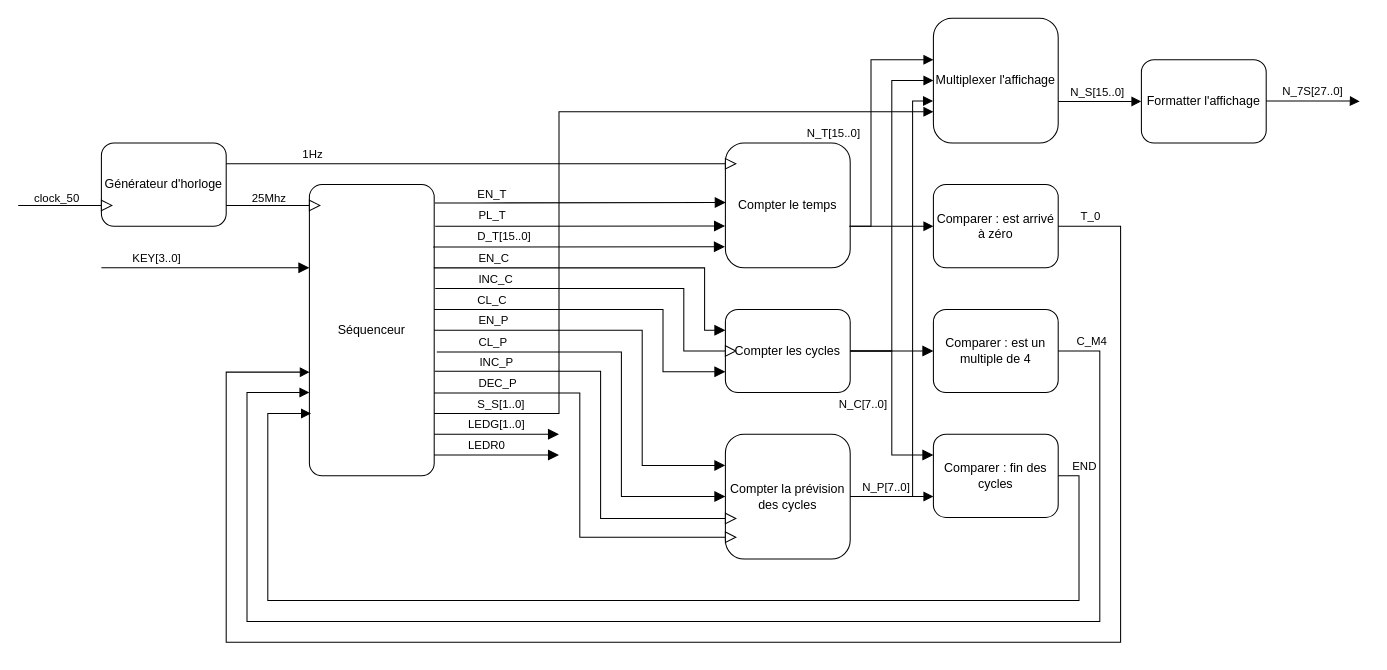
The draw.io diagram Diagramme sans nom.drawio in Yohannans/pythonCours, before the edit. Source tidied: cells renumbered, new cells numbered last; positions are measured from the earlier drawing's top-left corner, leaving out a move shared by most shapes. Both pictures are drawn from the tidied source at 104%, with x=0, y=0 at pixel (18, 18).
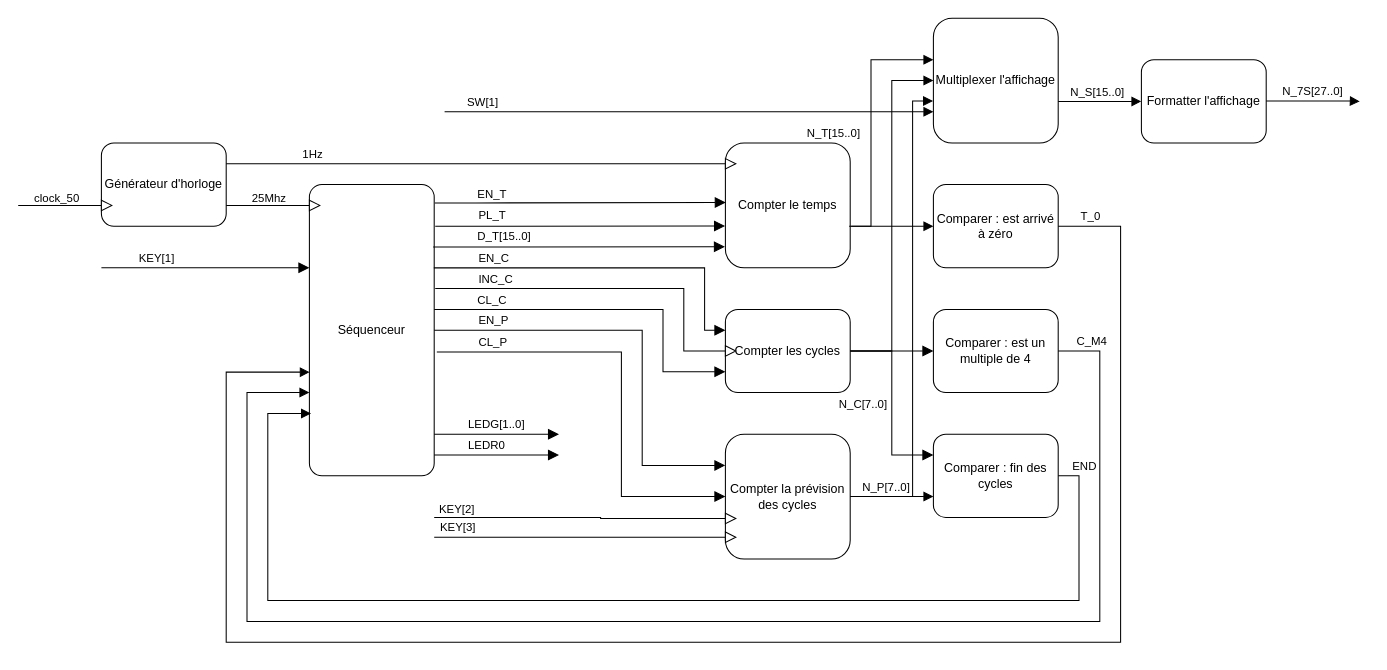
Above is the later version.

Commit message:
Mettre à jour Diagramme sans nom.drawio

The change refers to these unchanged cells:
```xml
<mxCell id="5" value="&lt;font face=&quot;Lora&quot;&gt;Séquenceur&lt;/font&gt;" style="rounded=1;whiteSpace=wrap;html=1;glass=0;arcSize=10;snapToPoint=1;fixDash=0;" parent="1" vertex="1">
  <mxGeometry x="280" y="160" width="120" height="280" as="geometry" />
</mxCell>
<mxCell id="8" style="edgeStyle=elbowEdgeStyle;elbow=horizontal;endArrow=block;html=1;curved=0;rounded=0;endSize=8;startSize=8;endFill=1;" parent="1" edge="1">
  <mxGeometry relative="1" as="geometry">
    <mxPoint x="80" y="240" as="sourcePoint" />
    <mxPoint x="280" y="240" as="targetPoint" />
    <Array as="points">
      <mxPoint x="220" y="240" />
    </Array>
  </mxGeometry>
</mxCell>
<mxCell id="45" style="triangle;whiteSpace=wrap;html=1;rotation=0;" parent="1" vertex="1">
  <mxGeometry x="680" y="476" width="10" height="10" as="geometry" />
</mxCell>
<mxCell id="48" style="triangle;whiteSpace=wrap;html=1;rotation=0;" parent="1" vertex="1">
  <mxGeometry x="680" y="494" width="10" height="10" as="geometry" />
</mxCell>
<mxCell id="61" value="&lt;font face=&quot;Lora&quot;&gt;Multiplexer l'affichage&lt;/font&gt;" style="rounded=1;whiteSpace=wrap;html=1;" parent="1" vertex="1">
  <mxGeometry x="880" width="120" height="120" as="geometry" />
</mxCell>
```

The edit, as a diff of the source:
```diff
@@
-    <mxCell id="4" style="edgeStyle=orthogonalEdgeStyle;rounded=0;jettySize=auto;html=1;exitX=0.994;exitY=0.782;exitDx=0;exitDy=0;entryX=0;entryY=0.75;entryDx=0;entryDy=0;exitPerimeter=0;endArrow=block;endFill=1;endSize=7;" parent="1" edge="1" source="5" target="61">
+    <mxCell id="4" style="edgeStyle=orthogonalEdgeStyle;rounded=0;jettySize=auto;html=1;entryX=0;entryY=0.75;entryDx=0;entryDy=0;endArrow=block;endFill=1;endSize=7;" parent="1" edge="1" target="61">
       <mxGeometry relative="1" as="geometry">
+        <mxPoint x="410" y="90" as="sourcePoint" />
         <Array as="points">
-          <mxPoint x="399" y="380" />
-          <mxPoint x="520" y="380" />
-          <mxPoint x="520" y="90" />
+          <mxPoint x="480" y="90" />
+          <mxPoint x="480" y="90" />
         </Array>
       </mxGeometry>
     </mxCell>
@@
-    <mxCell id="9" value="&lt;div style=&quot;text-align: center;&quot;&gt;&lt;span&gt;&lt;font face=&quot;Lora&quot;&gt;&lt;span style=&quot;text-align: start;&quot;&gt;KEY[3..0]&lt;/span&gt;&lt;/font&gt;&lt;/span&gt;&lt;/div&gt;" style="edgeLabel;html=1;align=center;verticalAlign=middle;labelBackgroundColor=none;" parent="8" vertex="1">
+    <mxCell id="9" value="&lt;div style=&quot;text-align: start;&quot;&gt;&lt;font face=&quot;Lora&quot;&gt;KEY[1]&lt;/font&gt;&lt;/div&gt;" style="edgeLabel;html=1;align=center;verticalAlign=middle;labelBackgroundColor=none;" parent="8" vertex="1">
       <mxGeometry x="-0.47" y="1" relative="1" as="geometry">
         <mxPoint x="-1" y="-9" as="offset" />
       </mxGeometry>
     </mxCell>
@@
-    <mxCell id="43" style="edgeStyle=elbowEdgeStyle;elbow=horizontal;endArrow=none;html=1;curved=0;rounded=0;endSize=8;startSize=8;endFill=0;exitX=1.005;exitY=0.641;exitDx=0;exitDy=0;entryX=0;entryY=0.5;entryDx=0;entryDy=0;exitPerimeter=0;" parent="1" edge="1" source="5" target="45">
+    <mxCell id="43" style="edgeStyle=elbowEdgeStyle;elbow=horizontal;endArrow=none;html=1;curved=0;rounded=0;endSize=8;startSize=8;endFill=0;entryX=0;entryY=0.5;entryDx=0;entryDy=0;" parent="1" edge="1" target="45">
       <mxGeometry relative="1" as="geometry">
+        <mxPoint x="400" y="480" as="sourcePoint" />
         <Array as="points">
           <mxPoint x="560" y="410" />
         </Array>
       </mxGeometry>
     </mxCell>
-    <mxCell id="44" value="&lt;div style=&quot;&quot;&gt;&lt;font face=&quot;Lora&quot;&gt;INC_P&lt;/font&gt;&lt;/div&gt;" style="edgeLabel;html=1;align=left;verticalAlign=middle;labelBackgroundColor=none;" parent="43" vertex="1">
+    <mxCell id="44" value="&lt;div style=&quot;&quot;&gt;&lt;font face=&quot;Lora&quot;&gt;KEY[2]&lt;/font&gt;&lt;/div&gt;" style="edgeLabel;html=1;align=left;verticalAlign=middle;labelBackgroundColor=none;" parent="43" vertex="1">
       <mxGeometry x="-0.47" y="1" relative="1" as="geometry">
         <mxPoint x="-71" y="-8" as="offset" />
       </mxGeometry>
     </mxCell>
@@
-    <mxCell id="46" style="edgeStyle=elbowEdgeStyle;elbow=horizontal;endArrow=none;html=1;curved=0;rounded=0;endSize=8;startSize=8;endFill=0;exitX=1;exitY=0.716;exitDx=0;exitDy=0;entryX=0;entryY=0.5;entryDx=0;entryDy=0;exitPerimeter=0;" parent="1" edge="1" source="5" target="48">
+    <mxCell id="46" style="edgeStyle=elbowEdgeStyle;elbow=horizontal;endArrow=none;html=1;curved=0;rounded=0;endSize=8;startSize=8;endFill=0;entryX=0;entryY=0.5;entryDx=0;entryDy=0;" parent="1" edge="1" target="48">
       <mxGeometry relative="1" as="geometry">
+        <mxPoint x="400" y="499" as="sourcePoint" />
         <Array as="points">
           <mxPoint x="540" y="430" />
         </Array>
       </mxGeometry>
     </mxCell>
-    <mxCell id="47" value="&lt;div style=&quot;&quot;&gt;&lt;font face=&quot;Lora&quot;&gt;DEC_P&lt;/font&gt;&lt;/div&gt;" style="edgeLabel;html=1;align=left;verticalAlign=middle;labelBackgroundColor=none;" parent="46" vertex="1">
+    <mxCell id="47" value="&lt;div style=&quot;&quot;&gt;&lt;font face=&quot;Lora&quot;&gt;KEY[3]&lt;/font&gt;&lt;/div&gt;" style="edgeLabel;html=1;align=left;verticalAlign=middle;labelBackgroundColor=none;" parent="46" vertex="1">
       <mxGeometry x="-0.47" y="1" relative="1" as="geometry">
         <mxPoint x="-70" y="-9" as="offset" />
       </mxGeometry>
     </mxCell>
@@
-    <mxCell id="63" value="&lt;div style=&quot;&quot;&gt;&lt;font face=&quot;Lora&quot;&gt;S_S[1..0]&lt;/font&gt;&lt;/div&gt;" style="edgeLabel;html=1;align=left;verticalAlign=middle;labelBackgroundColor=none;" parent="1" vertex="1">
-      <mxGeometry x="440" y="370" as="geometry" />
+    <mxCell id="63" value="&lt;div style=&quot;&quot;&gt;&lt;font face=&quot;Lora&quot;&gt;SW[1]&lt;/font&gt;&lt;/div&gt;" style="edgeLabel;html=1;align=left;verticalAlign=middle;labelBackgroundColor=none;" parent="1" vertex="1">
+      <mxGeometry x="430" y="80" as="geometry" />
     </mxCell>
```
